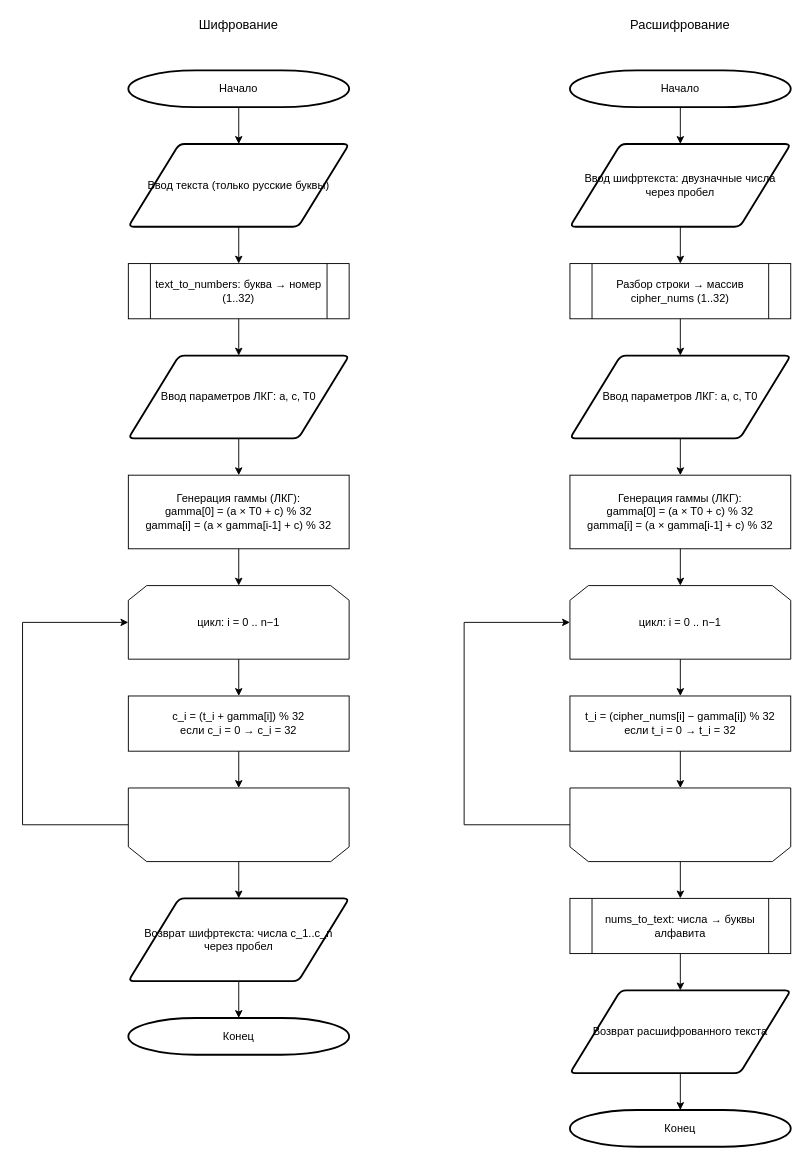
Laincetta/mospolytech-cryptography keeps this draw.io diagram as shannon_diagram.drawio. Above is the earlier version. Source tidied: cells renumbered, new cells numbered last; positions are measured from the earlier drawing's top-left corner, leaving out a move shared by most shapes. Both pictures are drawn from the tidied source at 92%, with x=0, y=0 at pixel (22, 16).
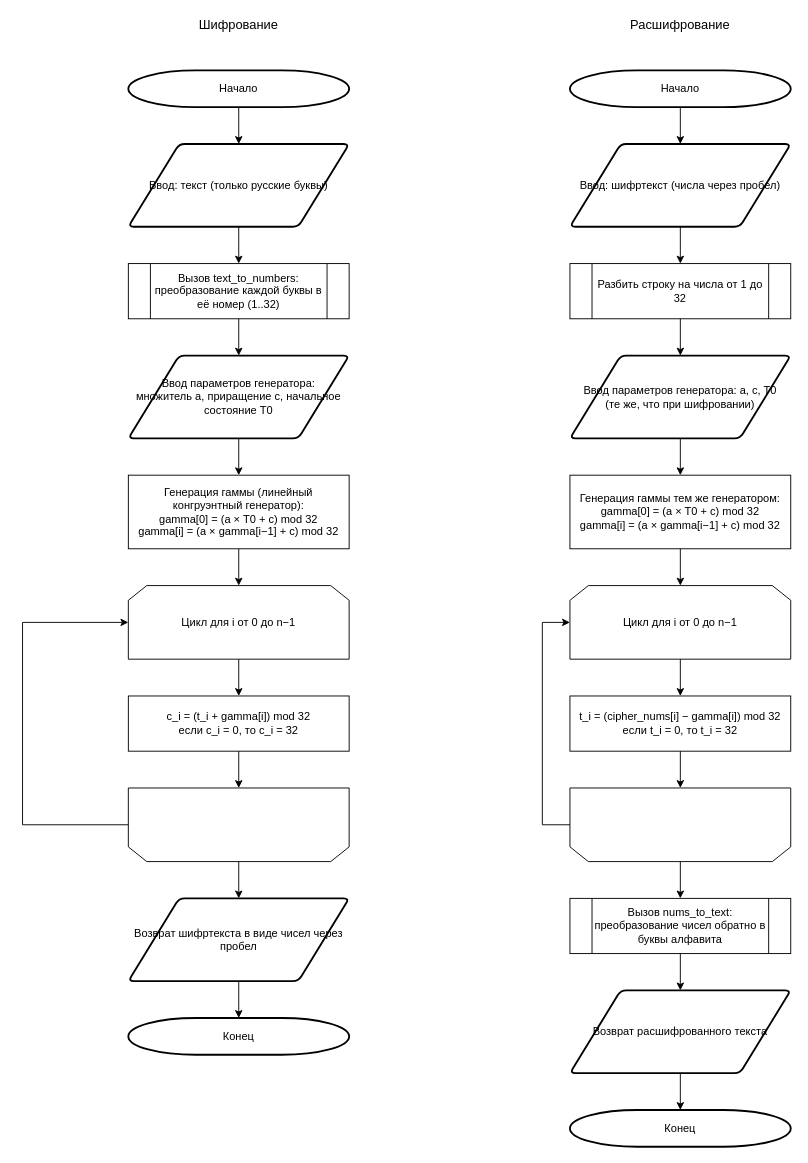
The same page after the edit.

Unchanged cells that the change refers to:
```xml
<mxCell id="33" style="text;html=1;whiteSpace=wrap;strokeColor=none;fillColor=none;opacity=0;" parent="1" vertex="1">
  <mxGeometry x="595" y="839" width="240" height="80" as="geometry" />
</mxCell>
```

Diff of the diagram source:
```diff
@@
-    <mxCell id="4" value="Ввод текста (только русские буквы)" style="shape=parallelogram;html=1;strokeWidth=2;perimeter=parallelogramPerimeter;whiteSpace=wrap;rounded=1;arcSize=12;size=0.23;" parent="1" vertex="1">
+    <mxCell id="4" value="Ввод: текст (только русские буквы)" style="shape=parallelogram;html=1;strokeWidth=2;perimeter=parallelogramPerimeter;whiteSpace=wrap;rounded=1;arcSize=12;size=0.23;" parent="1" vertex="1">
       <mxGeometry x="115" y="139" width="240" height="90" as="geometry" />
     </mxCell>
-    <mxCell id="5" value="text_to_numbers: буква → номер (1..32)" style="shape=process;whiteSpace=wrap;html=1;backgroundOutline=1;" parent="1" vertex="1">
+    <mxCell id="5" value="Вызов text_to_numbers:&#10;преобразование каждой буквы в её номер (1..32)" style="shape=process;whiteSpace=wrap;html=1;backgroundOutline=1;" parent="1" vertex="1">
       <mxGeometry x="115" y="269" width="240" height="60" as="geometry" />
     </mxCell>
-    <mxCell id="6" value="Ввод параметров ЛКГ: a, c, T0" style="shape=parallelogram;html=1;strokeWidth=2;perimeter=parallelogramPerimeter;whiteSpace=wrap;rounded=1;arcSize=12;size=0.23;" parent="1" vertex="1">
+    <mxCell id="6" value="Ввод параметров генератора:&#10;множитель a, приращение c, начальное состояние T0" style="shape=parallelogram;html=1;strokeWidth=2;perimeter=parallelogramPerimeter;whiteSpace=wrap;rounded=1;arcSize=12;size=0.23;" parent="1" vertex="1">
       <mxGeometry x="115" y="369" width="240" height="90" as="geometry" />
     </mxCell>
-    <mxCell id="7" value="Генерация гаммы (ЛКГ):&#10;gamma[0] = (a × T0 + c) % 32&#10;gamma[i] = (a × gamma[i-1] + c) % 32" style="rounded=0;whiteSpace=wrap;html=1;" parent="1" vertex="1">
+    <mxCell id="7" value="Генерация гаммы (линейный конгруэнтный генератор):&#10;gamma[0] = (a × T0 + c) mod 32&#10;gamma[i] = (a × gamma[i−1] + c) mod 32" style="rounded=0;whiteSpace=wrap;html=1;" parent="1" vertex="1">
       <mxGeometry x="115" y="499" width="240" height="80" as="geometry" />
     </mxCell>
-    <mxCell id="8" value="цикл: i = 0 .. n−1" style="shape=loopLimit;whiteSpace=wrap;html=1;" parent="1" vertex="1">
+    <mxCell id="8" value="Цикл для i от 0 до n−1" style="shape=loopLimit;whiteSpace=wrap;html=1;" parent="1" vertex="1">
       <mxGeometry x="115" y="619" width="240" height="80" as="geometry" />
     </mxCell>
-    <mxCell id="9" value="c_i = (t_i + gamma[i]) % 32&#10;если c_i = 0 → c_i = 32" style="rounded=0;whiteSpace=wrap;html=1;" parent="1" vertex="1">
+    <mxCell id="9" value="c_i = (t_i + gamma[i]) mod 32&#10;если c_i = 0, то c_i = 32" style="rounded=0;whiteSpace=wrap;html=1;" parent="1" vertex="1">
       <mxGeometry x="115" y="739" width="240" height="60" as="geometry" />
     </mxCell>
@@
-    <mxCell id="12" value="Возврат шифртекста: числа c_1..c_n через пробел" style="shape=parallelogram;html=1;strokeWidth=2;perimeter=parallelogramPerimeter;whiteSpace=wrap;rounded=1;arcSize=12;size=0.23;" parent="1" vertex="1">
+    <mxCell id="12" value="Возврат шифртекста в виде чисел через пробел" style="shape=parallelogram;html=1;strokeWidth=2;perimeter=parallelogramPerimeter;whiteSpace=wrap;rounded=1;arcSize=12;size=0.23;" parent="1" vertex="1">
       <mxGeometry x="115" y="959" width="240" height="90" as="geometry" />
     </mxCell>
@@
-    <mxCell id="26" value="Ввод шифртекста: двузначные числа через пробел" style="shape=parallelogram;html=1;strokeWidth=2;perimeter=parallelogramPerimeter;whiteSpace=wrap;rounded=1;arcSize=12;size=0.23;" parent="1" vertex="1">
+    <mxCell id="26" value="Ввод: шифртекст (числа через пробел)" style="shape=parallelogram;html=1;strokeWidth=2;perimeter=parallelogramPerimeter;whiteSpace=wrap;rounded=1;arcSize=12;size=0.23;" parent="1" vertex="1">
       <mxGeometry x="595" y="139" width="240" height="90" as="geometry" />
     </mxCell>
-    <mxCell id="27" value="Разбор строки → массив cipher_nums (1..32)" style="shape=process;whiteSpace=wrap;html=1;backgroundOutline=1;" parent="1" vertex="1">
+    <mxCell id="27" value="Разбить строку на числа от 1 до 32" style="shape=process;whiteSpace=wrap;html=1;backgroundOutline=1;" parent="1" vertex="1">
       <mxGeometry x="595" y="269" width="240" height="60" as="geometry" />
     </mxCell>
-    <mxCell id="28" value="Ввод параметров ЛКГ: a, c, T0" style="shape=parallelogram;html=1;strokeWidth=2;perimeter=parallelogramPerimeter;whiteSpace=wrap;rounded=1;arcSize=12;size=0.23;" parent="1" vertex="1">
+    <mxCell id="28" value="Ввод параметров генератора: a, c, T0&#10;(те же, что при шифровании)" style="shape=parallelogram;html=1;strokeWidth=2;perimeter=parallelogramPerimeter;whiteSpace=wrap;rounded=1;arcSize=12;size=0.23;" parent="1" vertex="1">
       <mxGeometry x="595" y="369" width="240" height="90" as="geometry" />
     </mxCell>
-    <mxCell id="29" value="Генерация гаммы (ЛКГ):&#10;gamma[0] = (a × T0 + c) % 32&#10;gamma[i] = (a × gamma[i-1] + c) % 32" style="rounded=0;whiteSpace=wrap;html=1;" parent="1" vertex="1">
+    <mxCell id="29" value="Генерация гаммы тем же генератором:&#10;gamma[0] = (a × T0 + c) mod 32&#10;gamma[i] = (a × gamma[i−1] + c) mod 32" style="rounded=0;whiteSpace=wrap;html=1;" parent="1" vertex="1">
       <mxGeometry x="595" y="499" width="240" height="80" as="geometry" />
     </mxCell>
-    <mxCell id="30" value="цикл: i = 0 .. n−1" style="shape=loopLimit;whiteSpace=wrap;html=1;" parent="1" vertex="1">
+    <mxCell id="30" value="Цикл для i от 0 до n−1" style="shape=loopLimit;whiteSpace=wrap;html=1;" parent="1" vertex="1">
       <mxGeometry x="595" y="619" width="240" height="80" as="geometry" />
     </mxCell>
-    <mxCell id="31" value="t_i = (cipher_nums[i] − gamma[i]) % 32&#10;если t_i = 0 → t_i = 32" style="rounded=0;whiteSpace=wrap;html=1;" parent="1" vertex="1">
+    <mxCell id="31" value="t_i = (cipher_nums[i] − gamma[i]) mod 32&#10;если t_i = 0, то t_i = 32" style="rounded=0;whiteSpace=wrap;html=1;" parent="1" vertex="1">
       <mxGeometry x="595" y="739" width="240" height="60" as="geometry" />
     </mxCell>
@@
-    <mxCell id="34" value="nums_to_text: числа → буквы алфавита" style="shape=process;whiteSpace=wrap;html=1;backgroundOutline=1;" parent="1" vertex="1">
+    <mxCell id="34" value="Вызов nums_to_text:&#10;преобразование чисел обратно в буквы алфавита" style="shape=process;whiteSpace=wrap;html=1;backgroundOutline=1;" parent="1" vertex="1">
       <mxGeometry x="595" y="959" width="240" height="60" as="geometry" />
     </mxCell>
@@
     <mxCell id="44" style="edgeStyle=orthogonalEdgeStyle;rounded=0;jettySize=auto;html=1;exitX=0;exitY=0.5;exitDx=0;exitDy=0;entryX=0;entryY=0.5;entryDx=0;entryDy=0;" parent="1" edge="1" source="33" target="30">
       <mxGeometry relative="1" as="geometry">
         <Array as="points">
-          <mxPoint x="480" y="879" />
-          <mxPoint x="480" y="659" />
+          <mxPoint x="565" y="879" />
+          <mxPoint x="565" y="659" />
         </Array>
       </mxGeometry>
     </mxCell>
```
